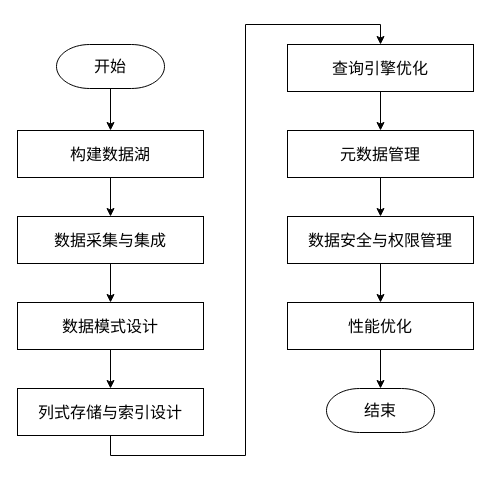
nianqingdeguowang/python keeps this draw.io diagram as hadoop方式流程图.drawio. Above is the earlier version. Source tidied: cells renumbered, new cells numbered last; positions are measured from the earlier drawing's top-left corner, leaving out a move shared by most shapes. Both pictures are drawn from the tidied source at 100%, with x=0, y=0 at pixel (17, 44).
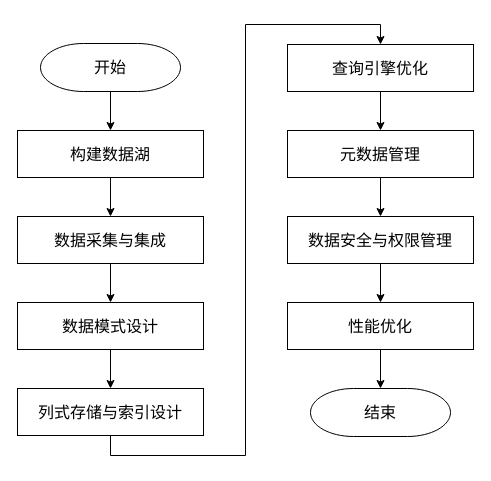
After the change.

Commit message (it also covers changes not shown here):
更新hadoop方式流程图.drawio

The change refers to these unchanged cells:
```xml
<mxCell id="20" value="&lt;font style=&quot;font-size: 16px;&quot;&gt;性能优化&lt;/font&gt;" style="whiteSpace=wrap;html=1;rounded=0;shadow=0;labelBackgroundColor=none;strokeWidth=1;fontFamily=Verdana;fontSize=8;align=center;" parent="1" vertex="1">
  <mxGeometry x="270" y="258" width="186" height="47" as="geometry" />
</mxCell>
```

What changed in the source:
```diff
@@
     <mxCell id="5" value="&lt;font style=&quot;font-size: 16px;&quot;&gt;开始&lt;/font&gt;" style="strokeWidth=1;html=1;shape=mxgraph.flowchart.terminator;whiteSpace=wrap;rounded=0;shadow=0;labelBackgroundColor=none;fontFamily=Verdana;fontSize=8;align=center;" parent="1" vertex="1">
-      <mxGeometry x="39" width="108" height="44" as="geometry" />
+      <mxGeometry x="23" y="-1" width="140" height="48" as="geometry" />
     </mxCell>
-    <mxCell id="6" value="&lt;font style=&quot;font-size: 16px;&quot;&gt;结束&lt;/font&gt;" style="strokeWidth=1;html=1;shape=mxgraph.flowchart.terminator;whiteSpace=wrap;rounded=0;shadow=0;labelBackgroundColor=none;fontFamily=Verdana;fontSize=8;align=center;" parent="1" vertex="1">
-      <mxGeometry x="309" y="344" width="108" height="44" as="geometry" />
-    </mxCell>
@@
-    <mxCell id="19" style="edgeStyle=orthogonalEdgeStyle;rounded=0;jettySize=auto;html=1;exitX=0.5;exitY=1;exitDx=0;exitDy=0;" parent="1" edge="1" source="20" target="6">
-      <mxGeometry relative="1" as="geometry" />
+    <mxCell id="19" style="edgeStyle=orthogonalEdgeStyle;rounded=0;jettySize=auto;html=1;exitX=0.5;exitY=1;exitDx=0;exitDy=0;" parent="1" edge="1" source="20">
+      <mxGeometry relative="1" as="geometry">
+        <mxPoint x="363" y="344" as="targetPoint" />
+      </mxGeometry>
     </mxCell>
@@
+    <mxCell id="6" value="&lt;font style=&quot;font-size: 16px;&quot;&gt;结束&lt;/font&gt;" style="strokeWidth=1;html=1;shape=mxgraph.flowchart.terminator;whiteSpace=wrap;rounded=0;shadow=0;labelBackgroundColor=none;fontFamily=Verdana;fontSize=8;align=center;" parent="1" vertex="1">
+      <mxGeometry x="293" y="344" width="140" height="48" as="geometry" />
+    </mxCell>
```
